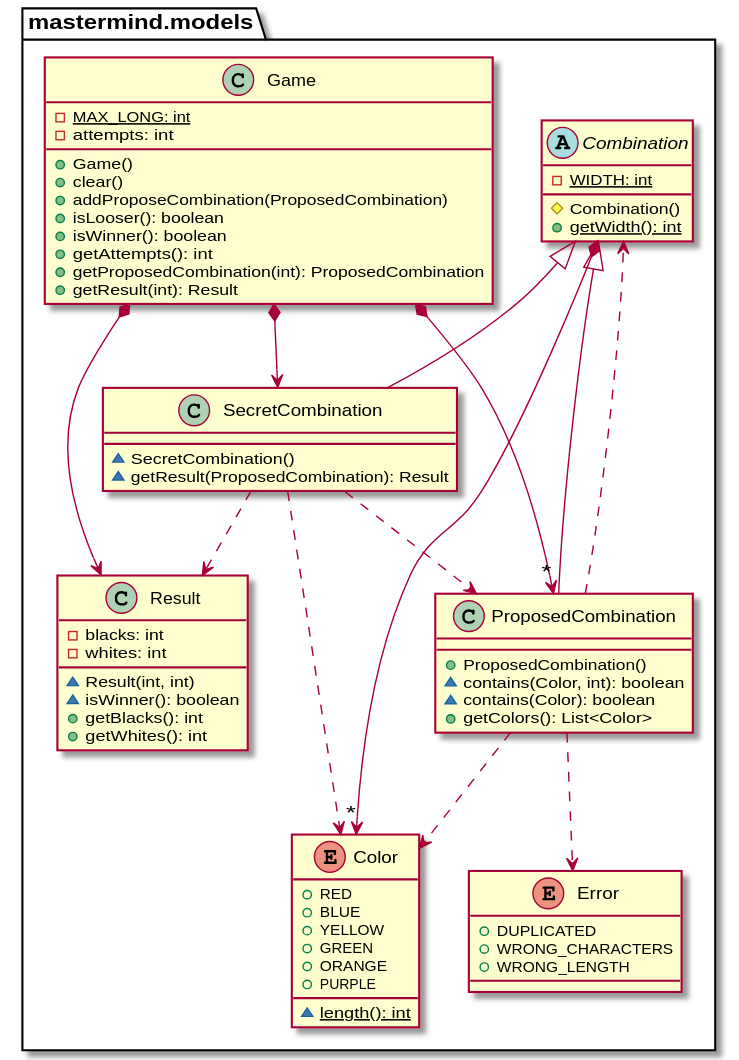
SantaTecla-mastermind/solution.java.swing.socket.sql keeps this PlantUML diagram as documentView/withFactoryMethod/docs/diagrams/out/paquetes/mastermind.models.svg. Above is the earlier version.
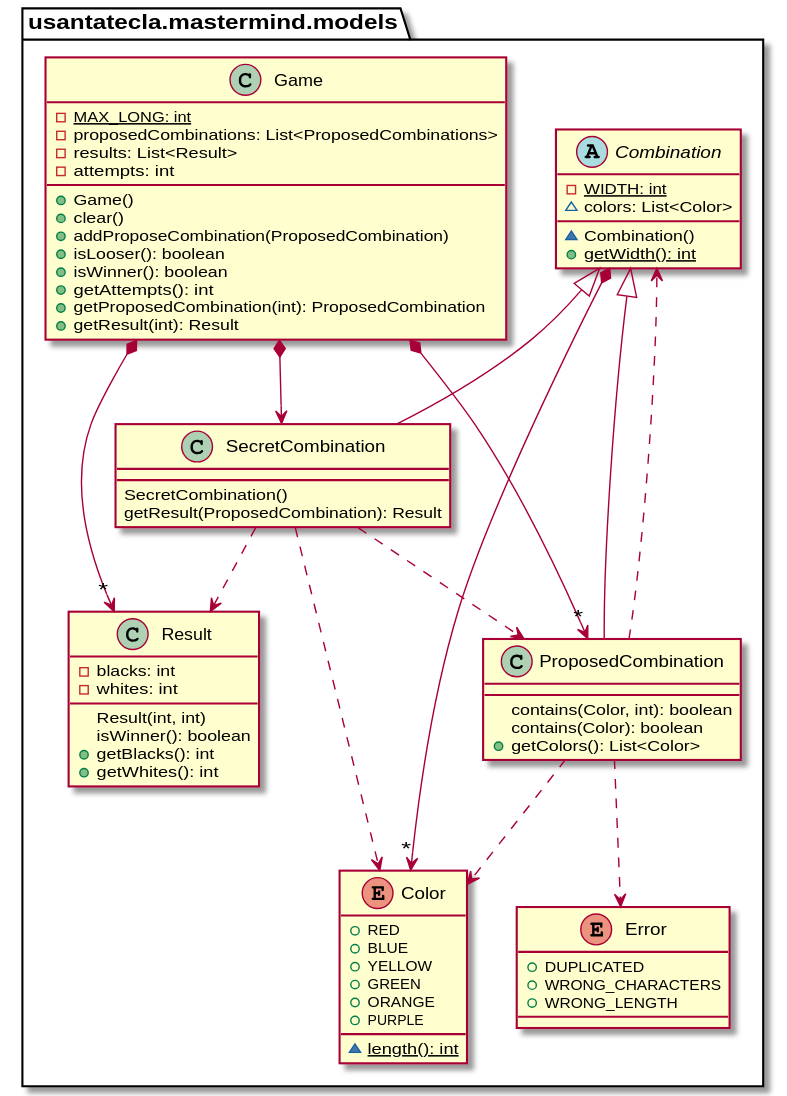
After the change.

The edit, as a diff of the source:
```diff
@@ -1,5 +1,5 @@
 @startuml
-enum mastermind.models.Color {
+enum usantatecla.mastermind.models.Color {
 + RED
 + BLUE
 + YELLOW
@@ -9,21 +9,24 @@
 ~ {static} length(): int
 }
 
-abstract class mastermind.models.Combination {
+abstract class usantatecla.mastermind.models.Combination {
 - {static} WIDTH: int
-# Combination()
+~ colors: List<Color>
+~ Combination()
 + {static} getWidth(): int
 }
-mastermind.models.Combination *-down-> "*" mastermind.models.Color
+usantatecla.mastermind.models.Combination *-down-> "*" usantatecla.mastermind.models.Color
 
-enum mastermind.models.Error {
+enum usantatecla.mastermind.models.Error {
 + DUPLICATED
 + WRONG_CHARACTERS
 + WRONG_LENGTH
 }
 
-class mastermind.models.Game {
+class usantatecla.mastermind.models.Game {
 - {static} MAX_LONG: int
+- proposedCombinations: List<ProposedCombinations>
+- results: List<Result>
 - attempts: int
 + Game()
 + clear()
@@ -34,37 +37,36 @@
 + getProposedCombination(int): ProposedCombination
 + getResult(int): Result
 }
-mastermind.models.Game *-down-> mastermind.models.SecretCombination
-mastermind.models.Game *-down-> mastermind.models.Result
-mastermind.models.Game *-down-> "*" mastermind.models.ProposedCombination
+usantatecla.mastermind.models.Game *-down-> usantatecla.mastermind.models.SecretCombination
+usantatecla.mastermind.models.Game *-down-> "*" usantatecla.mastermind.models.Result
+usantatecla.mastermind.models.Game *-down-> "*" usantatecla.mastermind.models.ProposedCombination
 
-class mastermind.models.ProposedCombination {
-+ ProposedCombination()
-~ contains(Color, int): boolean
-~ contains(Color): boolean
+class usantatecla.mastermind.models.ProposedCombination {
+contains(Color, int): boolean
+contains(Color): boolean
 + getColors(): List<Color>
 }
-mastermind.models.Combination <|-down- mastermind.models.ProposedCombination
-mastermind.models.ProposedCombination ..> mastermind.models.Error
-mastermind.models.ProposedCombination ..> mastermind.models.Color
+usantatecla.mastermind.models.Combination <|-down- usantatecla.mastermind.models.ProposedCombination
+usantatecla.mastermind.models.ProposedCombination ..> usantatecla.mastermind.models.Error
+usantatecla.mastermind.models.ProposedCombination ..> usantatecla.mastermind.models.Color
 
-class mastermind.models.Result {
+class usantatecla.mastermind.models.Result {
 - blacks: int
 - whites: int
-~ Result(int, int)
-~ isWinner(): boolean
+Result(int, int)
+isWinner(): boolean
 + getBlacks(): int
 + getWhites(): int
 }
 
-mastermind.models.ProposedCombination ..> mastermind.models.Combination
+usantatecla.mastermind.models.ProposedCombination ..> usantatecla.mastermind.models.Combination
 
-class mastermind.models.SecretCombination {
-~ SecretCombination()
-~ getResult(ProposedCombination): Result
+class usantatecla.mastermind.models.SecretCombination {
+SecretCombination()
+getResult(ProposedCombination): Result
 }
-mastermind.models.Combination <|-down- mastermind.models.SecretCombination
-mastermind.models.SecretCombination ..> mastermind.models.Result
-mastermind.models.SecretCombination ..> mastermind.models.ProposedCombination
-mastermind.models.SecretCombination ..> mastermind.models.Color
+usantatecla.mastermind.models.Combination <|-down- usantatecla.mastermind.models.SecretCombination
+usantatecla.mastermind.models.SecretCombination ..> usantatecla.mastermind.models.Result
+usantatecla.mastermind.models.SecretCombination ..> usantatecla.mastermind.models.ProposedCombination
+usantatecla.mastermind.models.SecretCombination ..> usantatecla.mastermind.models.Color
 @enduml
```
